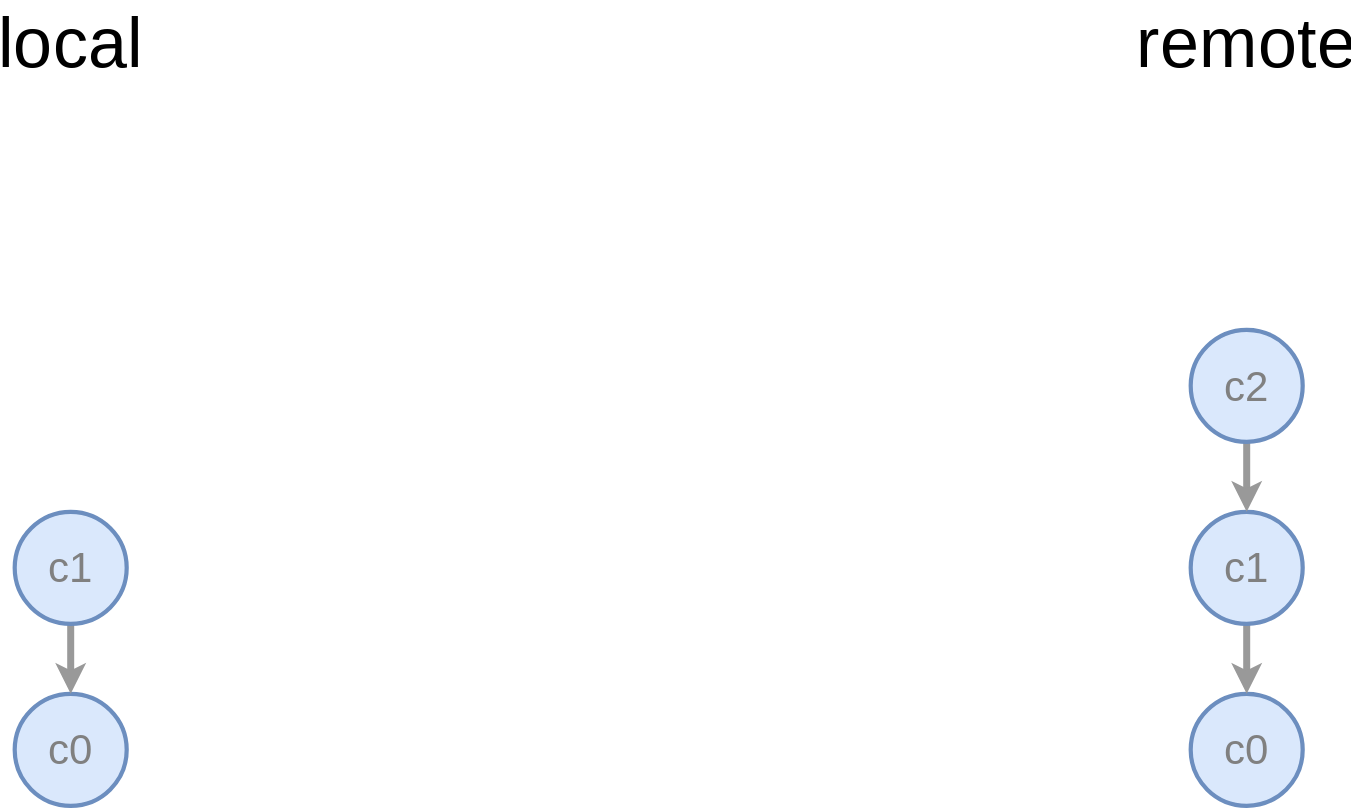
Before: public/local-vs-remote-repos-remote-changes.svg, a diagram exported from draw.io (tvannoy/intro-to-git). Source tidied: cells renumbered, new cells last; positions are measured from the earlier drawing's top-left corner, leaving out a move shared by most shapes. Source of this version:
```xml
<mxGraphModel>
  <root>
    <mxCell id="0" />
    <mxCell id="1" parent="0" />
    <mxCell id="2" value="c0" style="ellipse;whiteSpace=wrap;html=1;fillColor=#dae8fc;strokeColor=#6c8ebf;strokeWidth=3;fontSize=30;fontFamily=Source Sans Pro;fontSource=https%3A%2F%2Ffonts.googleapis.com%2Fcss%3Ffamily%3DSource%2BSans%2BPro;fontColor=#808080;" parent="1" vertex="1">
      <mxGeometry y="480" width="80" height="80" as="geometry" />
    </mxCell>
    <mxCell id="3" style="edgeStyle=orthogonalEdgeStyle;jettySize=auto;html=1;exitX=0.5;exitY=1;exitDx=0;exitDy=0;entryX=0.5;entryY=0;entryDx=0;entryDy=0;fontFamily=Source Sans Pro;fontSource=https%3A%2F%2Ffonts.googleapis.com%2Fcss%3Ffamily%3DSource%2BSans%2BPro;fontSize=50;curved=1;strokeColor=#999999;strokeWidth=5;" parent="1" edge="1" source="4" target="2">
      <mxGeometry relative="1" as="geometry" />
    </mxCell>
    <mxCell id="4" value="c1" style="ellipse;whiteSpace=wrap;html=1;fillColor=#dae8fc;strokeColor=#6c8ebf;strokeWidth=3;fontSize=30;fontFamily=Source Sans Pro;fontSource=https%3A%2F%2Ffonts.googleapis.com%2Fcss%3Ffamily%3DSource%2BSans%2BPro;fontColor=#808080;" parent="1" vertex="1">
      <mxGeometry y="350" width="80" height="80" as="geometry" />
    </mxCell>
    <mxCell id="5" value="c0" style="ellipse;whiteSpace=wrap;html=1;fillColor=#dae8fc;strokeColor=#6c8ebf;strokeWidth=3;fontSize=30;fontFamily=Source Sans Pro;fontSource=https%3A%2F%2Ffonts.googleapis.com%2Fcss%3Ffamily%3DSource%2BSans%2BPro;fontColor=#808080;" parent="1" vertex="1">
      <mxGeometry x="840" y="480" width="80" height="80" as="geometry" />
    </mxCell>
    <mxCell id="6" style="edgeStyle=orthogonalEdgeStyle;curved=1;jettySize=auto;html=1;exitX=0.5;exitY=1;exitDx=0;exitDy=0;entryX=0.5;entryY=0;entryDx=0;entryDy=0;strokeColor=#999999;strokeWidth=5;fontFamily=Source Sans Pro;fontSource=https%3A%2F%2Ffonts.googleapis.com%2Fcss%3Ffamily%3DSource%2BSans%2BPro;fontSize=50;" parent="1" edge="1" source="7" target="5">
      <mxGeometry relative="1" as="geometry" />
    </mxCell>
    <mxCell id="7" value="&lt;span style=&quot;color: rgb(128, 128, 128); font-family: &amp;quot;Source Sans Pro&amp;quot;; font-size: 30px;&quot;&gt;c1&lt;/span&gt;" style="ellipse;whiteSpace=wrap;html=1;fillColor=#dae8fc;strokeColor=#6c8ebf;strokeWidth=3;fontSize=12;fontFamily=Helvetica;fontSource=https%3A%2F%2Ffonts.googleapis.com%2Fcss%3Ffamily%3DSource%2BSans%2BPro;" parent="1" vertex="1">
      <mxGeometry x="840" y="350" width="80" height="80" as="geometry" />
    </mxCell>
    <mxCell id="8" style="edgeStyle=orthogonalEdgeStyle;curved=1;jettySize=auto;html=1;exitX=0.5;exitY=1;exitDx=0;exitDy=0;entryX=0.5;entryY=0;entryDx=0;entryDy=0;strokeColor=#999999;strokeWidth=5;fontFamily=Source Sans Pro;fontSource=https%3A%2F%2Ffonts.googleapis.com%2Fcss%3Ffamily%3DSource%2BSans%2BPro;fontSize=50;" parent="1" edge="1" source="9" target="7">
      <mxGeometry relative="1" as="geometry" />
    </mxCell>
    <mxCell id="9" value="&lt;span style=&quot;color: rgb(128, 128, 128); font-family: &amp;quot;Source Sans Pro&amp;quot;; font-size: 30px;&quot;&gt;c2&lt;/span&gt;" style="ellipse;whiteSpace=wrap;html=1;fillColor=#dae8fc;strokeColor=#6c8ebf;strokeWidth=3;" parent="1" vertex="1">
      <mxGeometry x="840" y="220" width="80" height="80" as="geometry" />
    </mxCell>
    <mxCell id="10" value="local" style="text;html=1;strokeColor=none;fillColor=none;align=center;verticalAlign=middle;whiteSpace=wrap;rounded=0;fontFamily=Source Sans Pro;fontSource=https%3A%2F%2Ffonts.googleapis.com%2Fcss%3Ffamily%3DSource%2BSans%2BPro;fontSize=50;" parent="1" vertex="1">
      <mxGeometry x="10" width="60" height="30" as="geometry" />
    </mxCell>
    <mxCell id="11" value="remote" style="text;html=1;strokeColor=none;fillColor=none;align=center;verticalAlign=middle;whiteSpace=wrap;rounded=0;fontFamily=Source Sans Pro;fontSource=https%3A%2F%2Ffonts.googleapis.com%2Fcss%3Ffamily%3DSource%2BSans%2BPro;fontSize=50;" parent="1" vertex="1">
      <mxGeometry x="850" width="60" height="30" as="geometry" />
    </mxCell>
  </root>
</mxGraphModel>
```
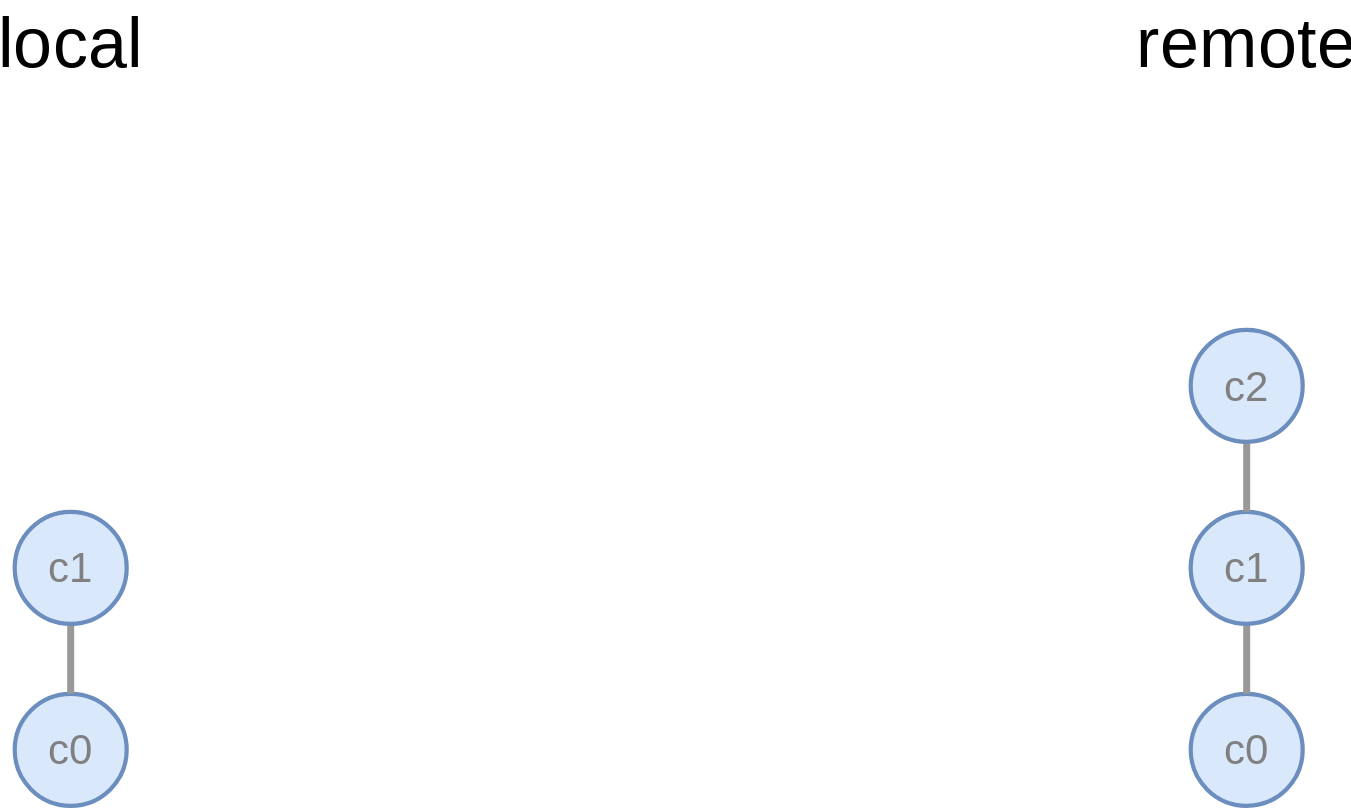
After the commit.

Change to the diagram source:
```diff
@@ -5,7 +5,7 @@
     <mxCell id="2" value="c0" style="ellipse;whiteSpace=wrap;html=1;fillColor=#dae8fc;strokeColor=#6c8ebf;strokeWidth=3;fontSize=30;fontFamily=Source Sans Pro;fontSource=https%3A%2F%2Ffonts.googleapis.com%2Fcss%3Ffamily%3DSource%2BSans%2BPro;fontColor=#808080;" parent="1" vertex="1">
       <mxGeometry y="480" width="80" height="80" as="geometry" />
     </mxCell>
-    <mxCell id="3" style="edgeStyle=orthogonalEdgeStyle;jettySize=auto;html=1;exitX=0.5;exitY=1;exitDx=0;exitDy=0;entryX=0.5;entryY=0;entryDx=0;entryDy=0;fontFamily=Source Sans Pro;fontSource=https%3A%2F%2Ffonts.googleapis.com%2Fcss%3Ffamily%3DSource%2BSans%2BPro;fontSize=50;curved=1;strokeColor=#999999;strokeWidth=5;" parent="1" edge="1" source="4" target="2">
+    <mxCell id="3" style="edgeStyle=orthogonalEdgeStyle;jettySize=auto;html=1;exitX=0.5;exitY=1;exitDx=0;exitDy=0;entryX=0.5;entryY=0;entryDx=0;entryDy=0;fontFamily=Source Sans Pro;fontSource=https%3A%2F%2Ffonts.googleapis.com%2Fcss%3Ffamily%3DSource%2BSans%2BPro;fontSize=50;curved=1;strokeColor=#999999;strokeWidth=5;endArrow=none;endFill=0;" parent="1" edge="1" source="4" target="2">
       <mxGeometry relative="1" as="geometry" />
     </mxCell>
     <mxCell id="4" value="c1" style="ellipse;whiteSpace=wrap;html=1;fillColor=#dae8fc;strokeColor=#6c8ebf;strokeWidth=3;fontSize=30;fontFamily=Source Sans Pro;fontSource=https%3A%2F%2Ffonts.googleapis.com%2Fcss%3Ffamily%3DSource%2BSans%2BPro;fontColor=#808080;" parent="1" vertex="1">
@@ -14,13 +14,13 @@
     <mxCell id="5" value="c0" style="ellipse;whiteSpace=wrap;html=1;fillColor=#dae8fc;strokeColor=#6c8ebf;strokeWidth=3;fontSize=30;fontFamily=Source Sans Pro;fontSource=https%3A%2F%2Ffonts.googleapis.com%2Fcss%3Ffamily%3DSource%2BSans%2BPro;fontColor=#808080;" parent="1" vertex="1">
       <mxGeometry x="840" y="480" width="80" height="80" as="geometry" />
     </mxCell>
-    <mxCell id="6" style="edgeStyle=orthogonalEdgeStyle;curved=1;jettySize=auto;html=1;exitX=0.5;exitY=1;exitDx=0;exitDy=0;entryX=0.5;entryY=0;entryDx=0;entryDy=0;strokeColor=#999999;strokeWidth=5;fontFamily=Source Sans Pro;fontSource=https%3A%2F%2Ffonts.googleapis.com%2Fcss%3Ffamily%3DSource%2BSans%2BPro;fontSize=50;" parent="1" edge="1" source="7" target="5">
+    <mxCell id="6" style="edgeStyle=orthogonalEdgeStyle;curved=1;jettySize=auto;html=1;exitX=0.5;exitY=1;exitDx=0;exitDy=0;entryX=0.5;entryY=0;entryDx=0;entryDy=0;strokeColor=#999999;strokeWidth=5;fontFamily=Source Sans Pro;fontSource=https%3A%2F%2Ffonts.googleapis.com%2Fcss%3Ffamily%3DSource%2BSans%2BPro;fontSize=50;endArrow=none;endFill=0;" parent="1" edge="1" source="7" target="5">
       <mxGeometry relative="1" as="geometry" />
     </mxCell>
     <mxCell id="7" value="&lt;span style=&quot;color: rgb(128, 128, 128); font-family: &amp;quot;Source Sans Pro&amp;quot;; font-size: 30px;&quot;&gt;c1&lt;/span&gt;" style="ellipse;whiteSpace=wrap;html=1;fillColor=#dae8fc;strokeColor=#6c8ebf;strokeWidth=3;fontSize=12;fontFamily=Helvetica;fontSource=https%3A%2F%2Ffonts.googleapis.com%2Fcss%3Ffamily%3DSource%2BSans%2BPro;" parent="1" vertex="1">
       <mxGeometry x="840" y="350" width="80" height="80" as="geometry" />
     </mxCell>
-    <mxCell id="8" style="edgeStyle=orthogonalEdgeStyle;curved=1;jettySize=auto;html=1;exitX=0.5;exitY=1;exitDx=0;exitDy=0;entryX=0.5;entryY=0;entryDx=0;entryDy=0;strokeColor=#999999;strokeWidth=5;fontFamily=Source Sans Pro;fontSource=https%3A%2F%2Ffonts.googleapis.com%2Fcss%3Ffamily%3DSource%2BSans%2BPro;fontSize=50;" parent="1" edge="1" source="9" target="7">
+    <mxCell id="8" style="edgeStyle=orthogonalEdgeStyle;curved=1;jettySize=auto;html=1;exitX=0.5;exitY=1;exitDx=0;exitDy=0;entryX=0.5;entryY=0;entryDx=0;entryDy=0;strokeColor=#999999;strokeWidth=5;fontFamily=Source Sans Pro;fontSource=https%3A%2F%2Ffonts.googleapis.com%2Fcss%3Ffamily%3DSource%2BSans%2BPro;fontSize=50;endArrow=none;endFill=0;" parent="1" edge="1" source="9" target="7">
       <mxGeometry relative="1" as="geometry" />
     </mxCell>
     <mxCell id="9" value="&lt;span style=&quot;color: rgb(128, 128, 128); font-family: &amp;quot;Source Sans Pro&amp;quot;; font-size: 30px;&quot;&gt;c2&lt;/span&gt;" style="ellipse;whiteSpace=wrap;html=1;fillColor=#dae8fc;strokeColor=#6c8ebf;strokeWidth=3;" parent="1" vertex="1">
```
